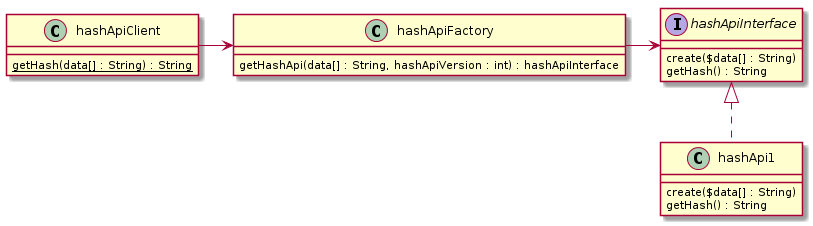
Above: diagram.png in rfuente-randock/randhash (PlantUML), before the change. Its source is kept beside it as src/AppBundle/Hashtest/diagram.puml.
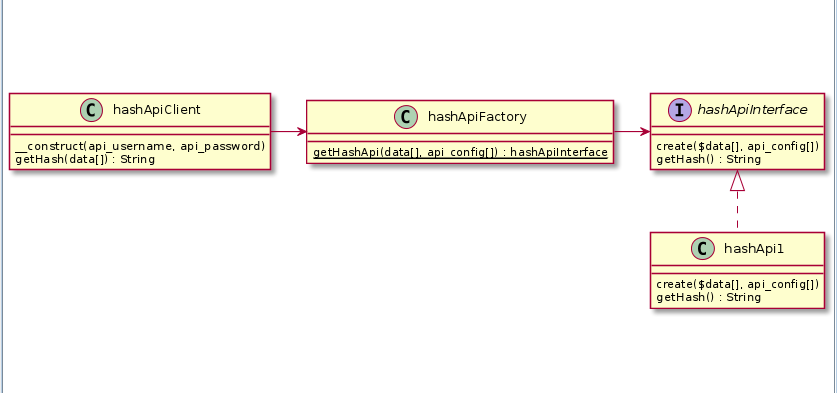
Later version of the same file.

The edit, as a diff of the source:
```diff
@@ -1,20 +1,21 @@
 @startuml
 
 class hashApiClient{
-    {static} getHash(data[] : String) : String
+    __construct(api_username, api_password)
+    getHash(data[]) : String
 }
 
 class hashApiFactory{
-    getHashApi(data[] : String, hashApiVersion : int) : hashApiInterface
+    {static} getHashApi(data[], api_config[]) : hashApiInterface
 }
 
 interface hashApiInterface{
-    create($data[] : String)
+    create($data[], api_config[])
     getHash() : String
 }
 
 class hashApi1 implements hashApiInterface{
-    create($data[] : String)
+    create($data[], api_config[])
     getHash() : String
 }
 
```
